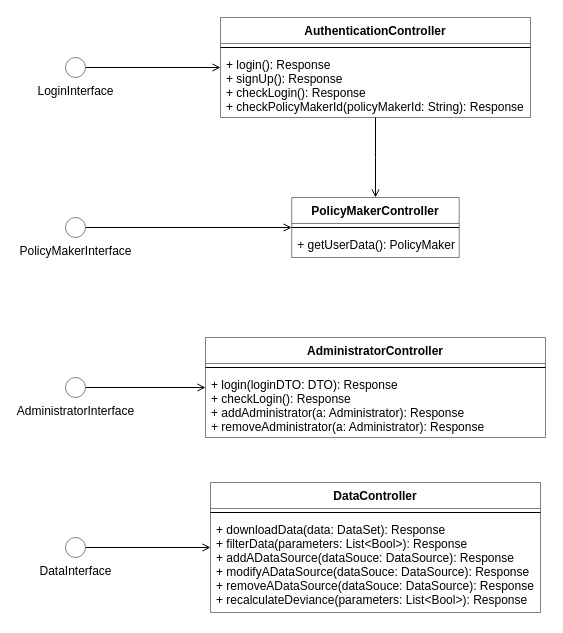
Earlier version of the draw.io diagram page "ComponentInterfaceAdministrator" (2 of 2) of DD Diagrams/ComponentInterfaces.drawio (matteovisotto/SE2-CecchettoSirianiVisotto). Source tidied: cells renumbered, new cells numbered last; positions are measured from the earlier drawing's top-left corner, leaving out a move shared by most shapes. Both pictures are drawn from the tidied source at 100%, with x=0, y=0 at pixel (65, 17).
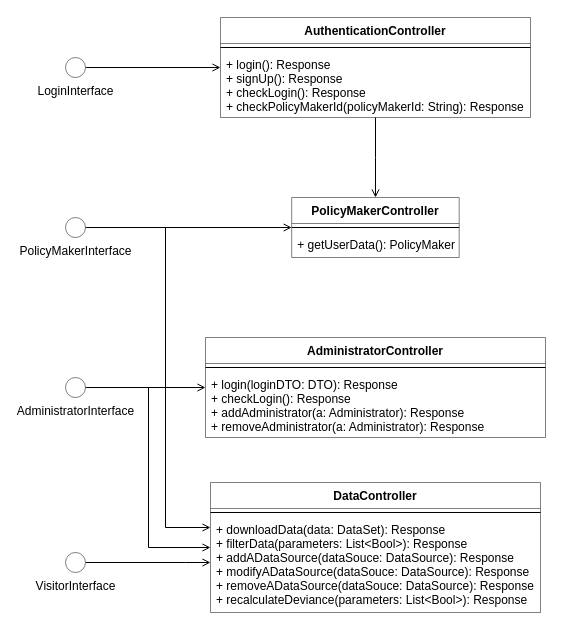
Above is the later version.

The change refers to these unchanged cells:
```xml
<mxCell id="3" value="PolicyMakerInterface" style="verticalLabelPosition=bottom;verticalAlign=top;html=1;shape=mxgraph.flowchart.on-page_reference;strokeWidth=0.5;" parent="1" vertex="1">
  <mxGeometry y="200" width="20" height="20" as="geometry" />
</mxCell>
<mxCell id="7" value="AdministratorInterface" style="verticalLabelPosition=bottom;verticalAlign=top;html=1;shape=mxgraph.flowchart.on-page_reference;strokeWidth=0.5;" parent="1" vertex="1">
  <mxGeometry y="360" width="20" height="20" as="geometry" />
</mxCell>
<mxCell id="16" value="DataController" style="swimlane;fontStyle=1;align=center;verticalAlign=top;horizontal=1;startSize=26;strokeWidth=0.5;" parent="1" vertex="1">
  <mxGeometry x="145" y="465" width="330" height="130" as="geometry" />
</mxCell>
<mxCell id="18" value="+ downloadData(data: DataSet): Response&#10;+ filterData(parameters: List&lt;Bool&gt;): Response&#10;+ addADataSource(dataSouce: DataSource): Response&#10;+ modifyADataSource(dataSouce: DataSource): Response&#10;+ removeADataSource(dataSouce: DataSource): Response&#10;+ recalculateDeviance(parameters: List&lt;Bool&gt;): Response&#10;" style="text;strokeColor=none;fillColor=none;align=left;verticalAlign=top;spacingLeft=4;spacingRight=4;overflow=hidden;points=[[0,0.5],[1,0.5]];portConstraint=eastwest;" parent="16" vertex="1">
  <mxGeometry y="34" width="330" height="96" as="geometry" />
</mxCell>
```

Diff of the diagram source:
```diff
@@
+    <mxCell id="23" style="edgeStyle=orthogonalEdgeStyle;rounded=0;jettySize=auto;html=1;exitX=1;exitY=0.5;exitDx=0;exitDy=0;exitPerimeter=0;endArrow=open;endFill=0;" parent="1" edge="1" source="3" target="16">
+      <mxGeometry relative="1" as="geometry">
+        <Array as="points">
+          <mxPoint x="100" y="210" />
+          <mxPoint x="100" y="510" />
+        </Array>
+      </mxGeometry>
+    </mxCell>
@@
+    <mxCell id="24" style="edgeStyle=orthogonalEdgeStyle;rounded=0;jettySize=auto;html=1;exitX=1;exitY=0.5;exitDx=0;exitDy=0;exitPerimeter=0;endArrow=open;endFill=0;" parent="1" edge="1" source="7" target="18">
+      <mxGeometry relative="1" as="geometry">
+        <Array as="points">
+          <mxPoint x="83" y="370" />
+          <mxPoint x="83" y="530" />
+        </Array>
+      </mxGeometry>
+    </mxCell>
@@
     <mxCell id="8" style="edgeStyle=orthogonalEdgeStyle;rounded=0;jettySize=auto;html=1;endArrow=open;endFill=0;" parent="1" edge="1" source="9" target="16">
-      <mxGeometry relative="1" as="geometry" />
+      <mxGeometry relative="1" as="geometry">
+        <Array as="points">
+          <mxPoint x="120" y="545" />
+          <mxPoint x="120" y="545" />
+        </Array>
+      </mxGeometry>
     </mxCell>
-    <mxCell id="9" value="DataInterface" style="verticalLabelPosition=bottom;verticalAlign=top;html=1;shape=mxgraph.flowchart.on-page_reference;strokeWidth=0.5;" parent="1" vertex="1">
-      <mxGeometry y="520" width="20" height="20" as="geometry" />
+    <mxCell id="9" value="VisitorInterface" style="verticalLabelPosition=bottom;verticalAlign=top;html=1;shape=mxgraph.flowchart.on-page_reference;strokeWidth=0.5;" parent="1" vertex="1">
+      <mxGeometry y="535" width="20" height="20" as="geometry" />
     </mxCell>
```
